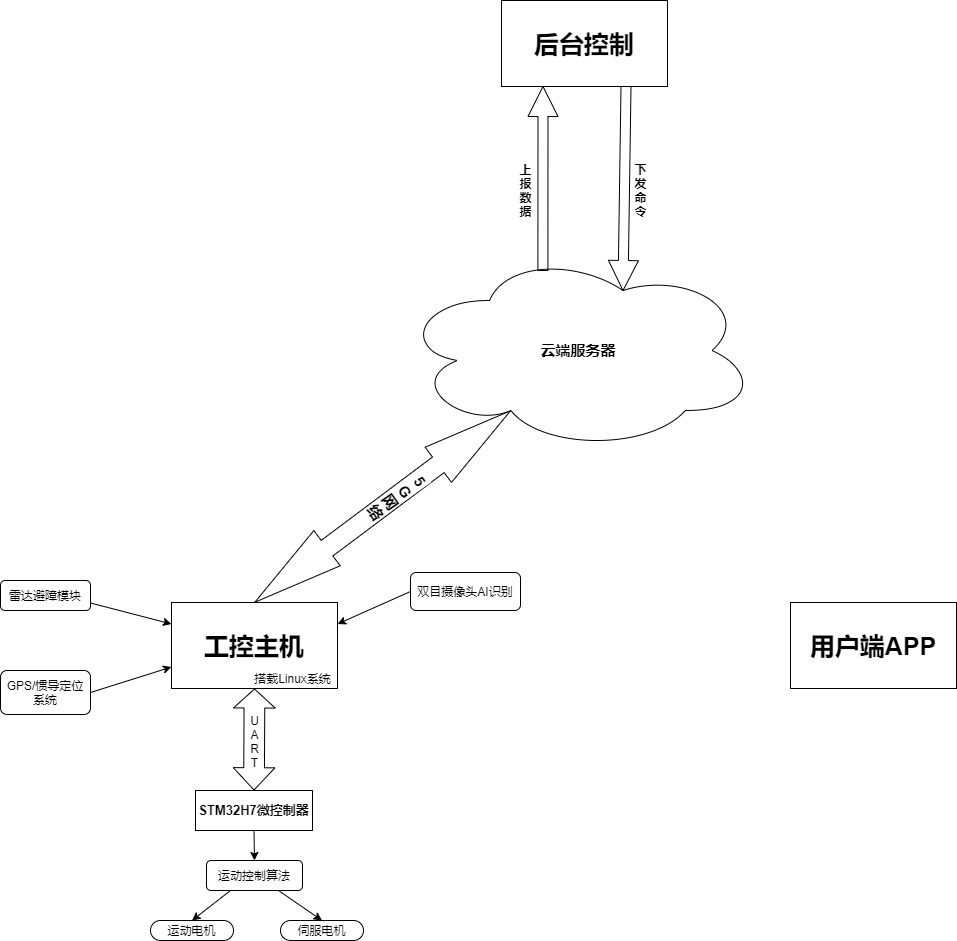
This is wuliu.png from RightTriangle/RightTriangle.github.io, a draw.io export, as it was before one commit. Source tidied: cells renumbered, new cells last; positions are measured from the earlier drawing's top-left corner, leaving out a move shared by most shapes.
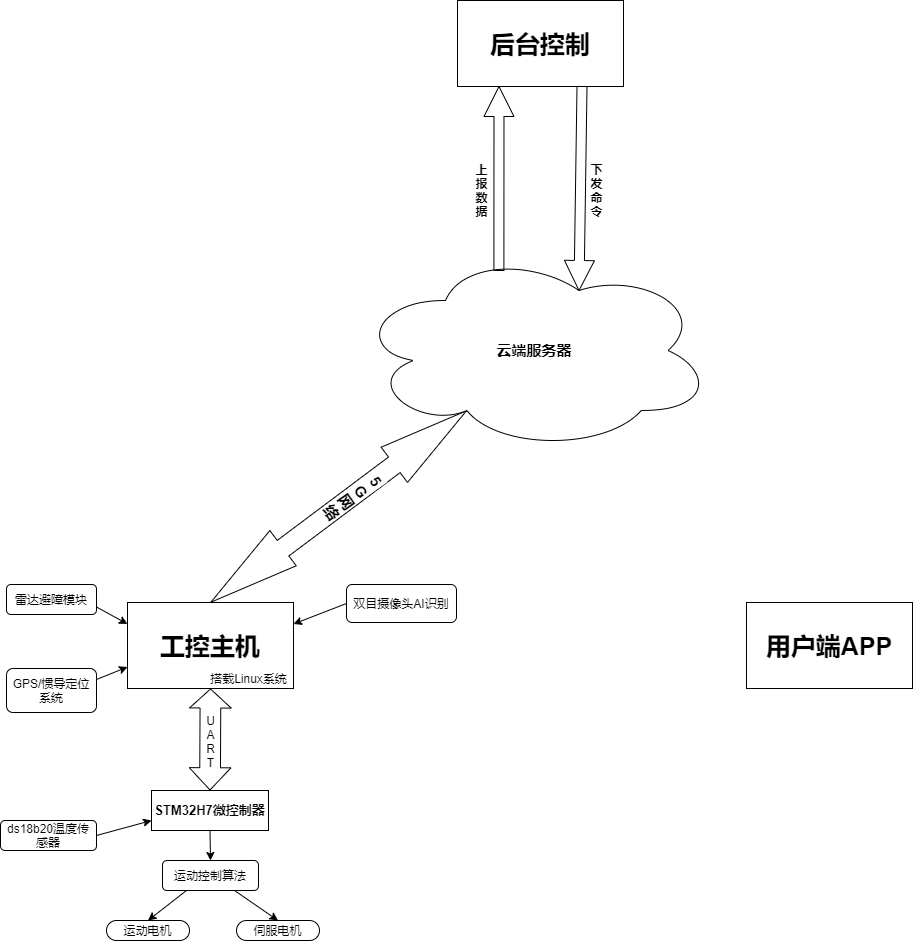
The same file after the commit.

The edit, as a diff of the source:
```diff
@@ -28,15 +28,15 @@
       </mxGeometry>
     </mxCell>
     <mxCell id="9" value="雷达避障模块" style="rounded=1;whiteSpace=wrap;html=1;" parent="1" vertex="1">
-      <mxGeometry y="580" width="90" height="30" as="geometry" />
+      <mxGeometry x="50" y="584" width="90" height="30" as="geometry" />
     </mxCell>
     <mxCell id="10" style="endArrow=classic;html=1;entryX=0;entryY=0.25;entryDx=0;entryDy=0;exitX=1;exitY=0.75;exitDx=0;exitDy=0;" parent="1" edge="1" source="9" target="2">
       <mxGeometry relative="1" as="geometry" />
     </mxCell>
     <mxCell id="11" value="GPS/惯导定位系统" style="rounded=1;whiteSpace=wrap;html=1;" parent="1" vertex="1">
-      <mxGeometry y="670" width="90" height="44" as="geometry" />
+      <mxGeometry x="50" y="668" width="90" height="44" as="geometry" />
     </mxCell>
-    <mxCell id="12" style="endArrow=classic;html=1;entryX=0;entryY=0.75;entryDx=0;entryDy=0;exitX=1;exitY=0.5;exitDx=0;exitDy=0;" parent="1" edge="1" source="11" target="2">
+    <mxCell id="12" style="endArrow=classic;html=1;entryX=0;entryY=0.75;entryDx=0;entryDy=0;exitX=1;exitY=0.25;exitDx=0;exitDy=0;" parent="1" edge="1" source="11" target="2">
       <mxGeometry relative="1" as="geometry" />
     </mxCell>
     <mxCell id="13" value="搭载Linux系统" style="text;html=1;align=center;verticalAlign=middle;strokeColor=none;" parent="1" vertex="1">
@@ -61,7 +61,7 @@
       <mxGeometry relative="1" as="geometry" />
     </mxCell>
     <mxCell id="20" value="双目摄像头AI识别" style="rounded=1;whiteSpace=wrap;html=1;" parent="1" vertex="1">
-      <mxGeometry x="410" y="572" width="110" height="38" as="geometry" />
+      <mxGeometry x="390" y="584" width="110" height="38" as="geometry" />
     </mxCell>
     <mxCell id="21" style="endArrow=classic;html=1;entryX=1;entryY=0.25;entryDx=0;entryDy=0;exitX=0;exitY=0.5;exitDx=0;exitDy=0;" parent="1" edge="1" source="20" target="2">
       <mxGeometry relative="1" as="geometry" />
@@ -84,5 +84,14 @@
     <mxCell id="27" value="&lt;b&gt;下&lt;br&gt;发&lt;br&gt;命&lt;br&gt;令&lt;/b&gt;" style="text;html=1;align=center;verticalAlign=middle;strokeColor=none;" parent="1" vertex="1">
       <mxGeometry x="625" y="160" width="30" height="60" as="geometry" />
     </mxCell>
+    <mxCell id="28" value="ds18b20温度传感器" style="rounded=1;whiteSpace=wrap;html=1;" parent="1" vertex="1">
+      <mxGeometry x="44" y="820" width="96" height="30" as="geometry" />
+    </mxCell>
+    <mxCell id="29" style="endArrow=classic;html=1;targetPerimeterSpacing=0;entryX=0;entryY=0.75;entryDx=0;entryDy=0;exitX=1;exitY=0.5;exitDx=0;exitDy=0;" parent="1" edge="1" source="28" target="6">
+      <mxGeometry relative="1" as="geometry" />
+    </mxCell>
+    <mxCell id="30" style="edgeStyle=orthogonalEdgeStyle;shape=arrow;rounded=0;orthogonalLoop=1;jettySize=auto;html=1;exitX=0.5;exitY=1;exitDx=0;exitDy=0;targetPerimeterSpacing=0;" parent="1" edge="1" source="28" target="28">
+      <mxGeometry relative="1" as="geometry" />
+    </mxCell>
   </root>
 </mxGraphModel>
```
